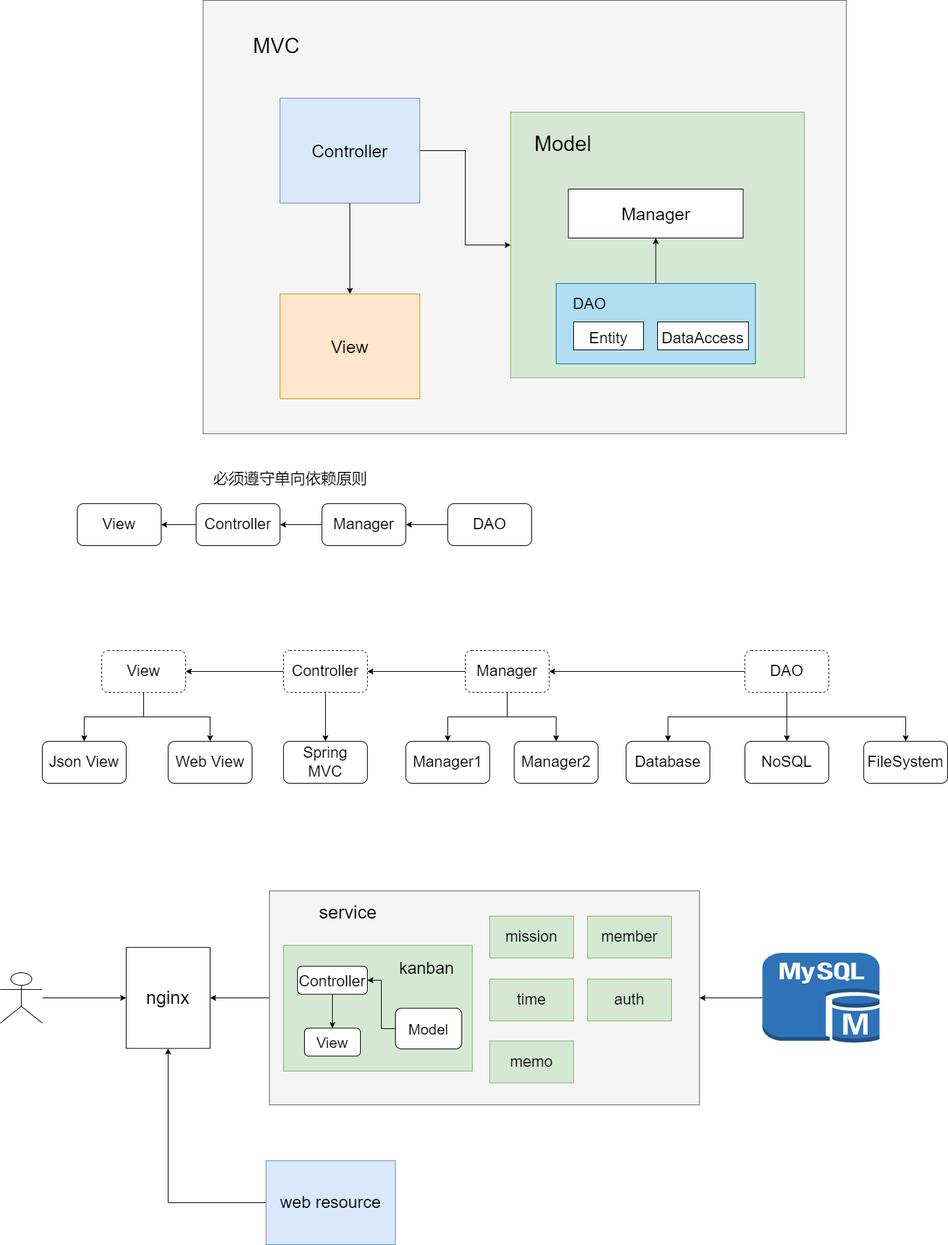
This is lingxi-taurus/lingxi-taurus-architecture-1,0.0.png from GitHeP/diagrams, a draw.io export, as it was before one commit. Source tidied: cells renumbered, new cells last; positions are measured from the earlier drawing's top-left corner, leaving out a move shared by most shapes.
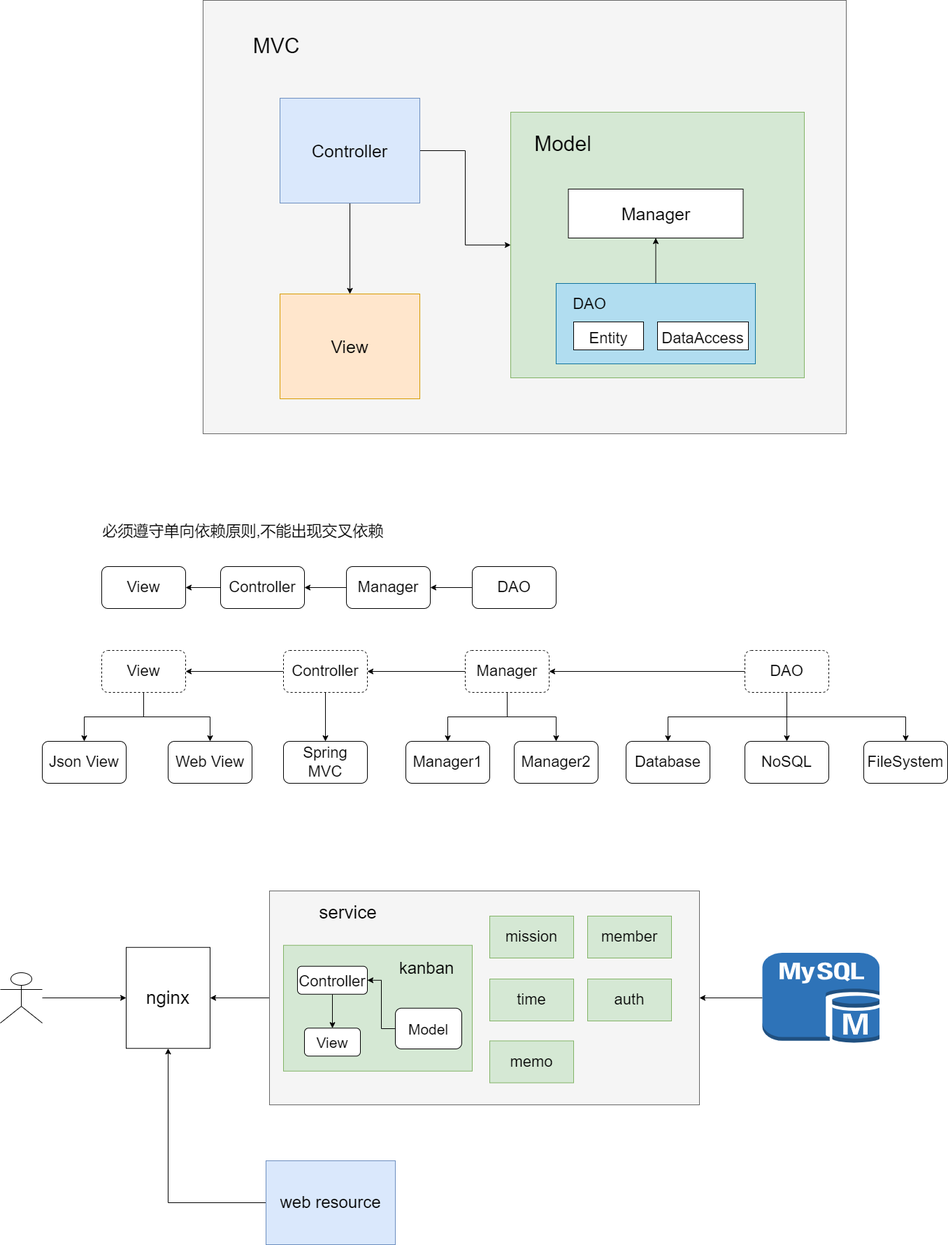
The same diagram one commit later.

The edit, as a diff of the source:
```diff
@@ -48,22 +48,22 @@
       <mxGeometry relative="1" as="geometry" />
     </mxCell>
     <mxCell id="17" value="Controller" style="rounded=1;whiteSpace=wrap;html=1;fontSize=22;" parent="1" vertex="1">
-      <mxGeometry x="280" y="720" width="120" height="60" as="geometry" />
+      <mxGeometry x="315" y="810" width="120" height="60" as="geometry" />
     </mxCell>
     <mxCell id="18" style="edgeStyle=orthogonalEdgeStyle;rounded=0;jettySize=auto;html=1;entryX=1;entryY=0.5;entryDx=0;entryDy=0;fontSize=22;" parent="1" edge="1" source="19" target="17">
       <mxGeometry relative="1" as="geometry" />
     </mxCell>
     <mxCell id="19" value="Manager" style="rounded=1;whiteSpace=wrap;html=1;fontSize=22;" parent="1" vertex="1">
-      <mxGeometry x="460" y="720" width="120" height="60" as="geometry" />
+      <mxGeometry x="495" y="810" width="120" height="60" as="geometry" />
     </mxCell>
     <mxCell id="20" style="edgeStyle=orthogonalEdgeStyle;rounded=0;jettySize=auto;html=1;entryX=1;entryY=0.5;entryDx=0;entryDy=0;fontSize=22;" parent="1" edge="1" source="21" target="19">
       <mxGeometry relative="1" as="geometry" />
     </mxCell>
     <mxCell id="21" value="DAO" style="rounded=1;whiteSpace=wrap;html=1;fontSize=22;" parent="1" vertex="1">
-      <mxGeometry x="640" y="720" width="120" height="60" as="geometry" />
+      <mxGeometry x="675" y="810" width="120" height="60" as="geometry" />
     </mxCell>
-    <mxCell id="22" value="必须遵守单向依赖原则" style="text;html=1;strokeColor=none;fillColor=none;align=center;verticalAlign=middle;whiteSpace=wrap;rounded=0;fontSize=22;" parent="1" vertex="1">
-      <mxGeometry x="270" y="670" width="290" height="30" as="geometry" />
+    <mxCell id="22" value="必须遵守单向依赖原则,不能出现交叉依赖" style="text;html=1;strokeColor=none;fillColor=none;align=center;verticalAlign=middle;whiteSpace=wrap;rounded=0;fontSize=22;" parent="1" vertex="1">
+      <mxGeometry x="115" y="740" width="465" height="40" as="geometry" />
     </mxCell>
     <mxCell id="23" style="edgeStyle=orthogonalEdgeStyle;rounded=0;jettySize=auto;html=1;exitX=0;exitY=0.5;exitDx=0;exitDy=0;entryX=1;entryY=0.5;entryDx=0;entryDy=0;fontSize=22;" parent="1" edge="1" source="25" target="43">
       <mxGeometry relative="1" as="geometry" />
@@ -117,7 +117,7 @@
       <mxGeometry x="735" y="1060" width="120" height="60" as="geometry" />
     </mxCell>
     <mxCell id="40" value="View" style="rounded=1;whiteSpace=wrap;html=1;fontSize=22;" parent="1" vertex="1">
-      <mxGeometry x="110" y="720" width="120" height="60" as="geometry" />
+      <mxGeometry x="145" y="810" width="120" height="60" as="geometry" />
     </mxCell>
     <mxCell id="41" style="edgeStyle=orthogonalEdgeStyle;rounded=0;jettySize=auto;html=1;fontSize=22;" parent="1" edge="1" source="43" target="44">
       <mxGeometry relative="1" as="geometry" />
```
